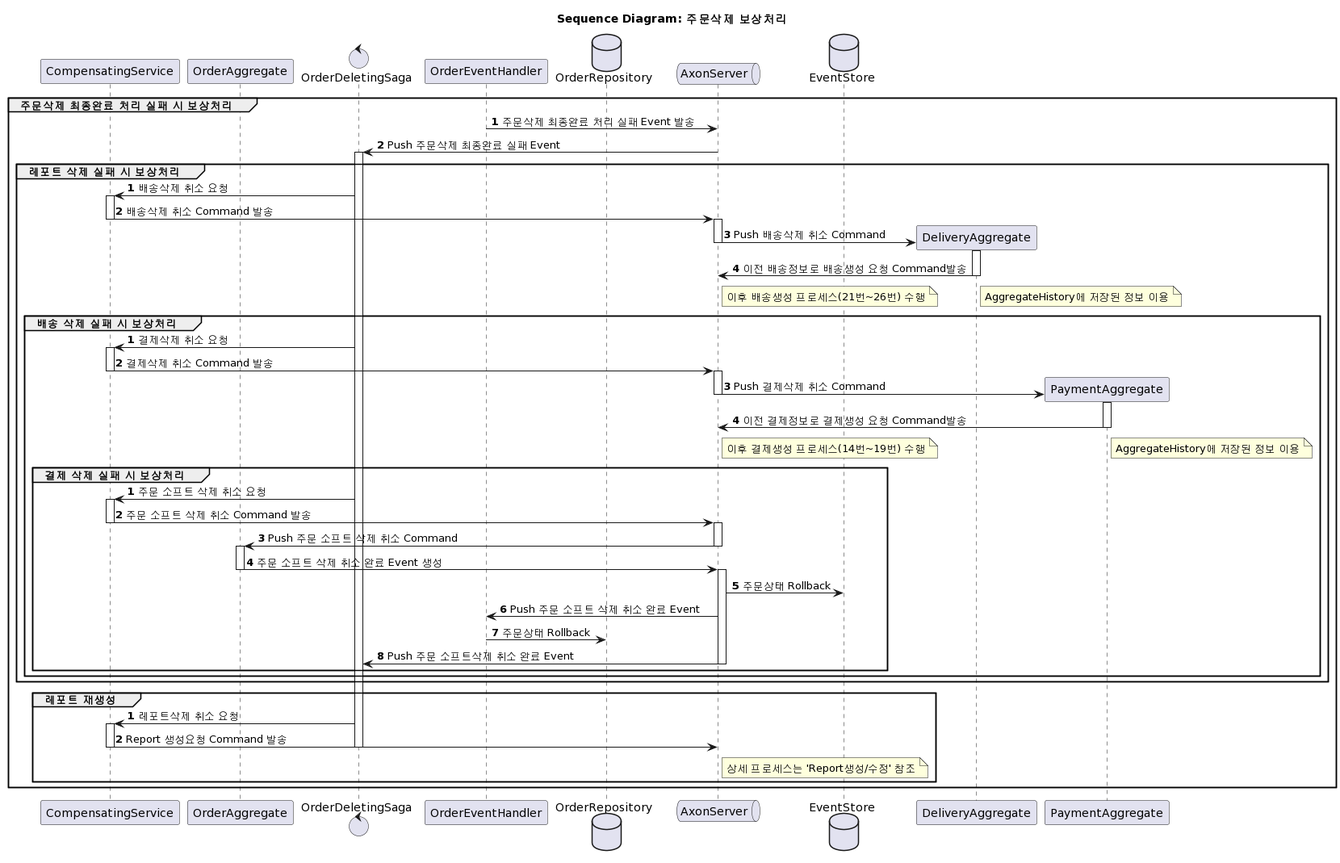
Above: doc/uml/sequence/seq_delete_fail.png in happykubepia/agilemall-axon (PlantUML), before the change.
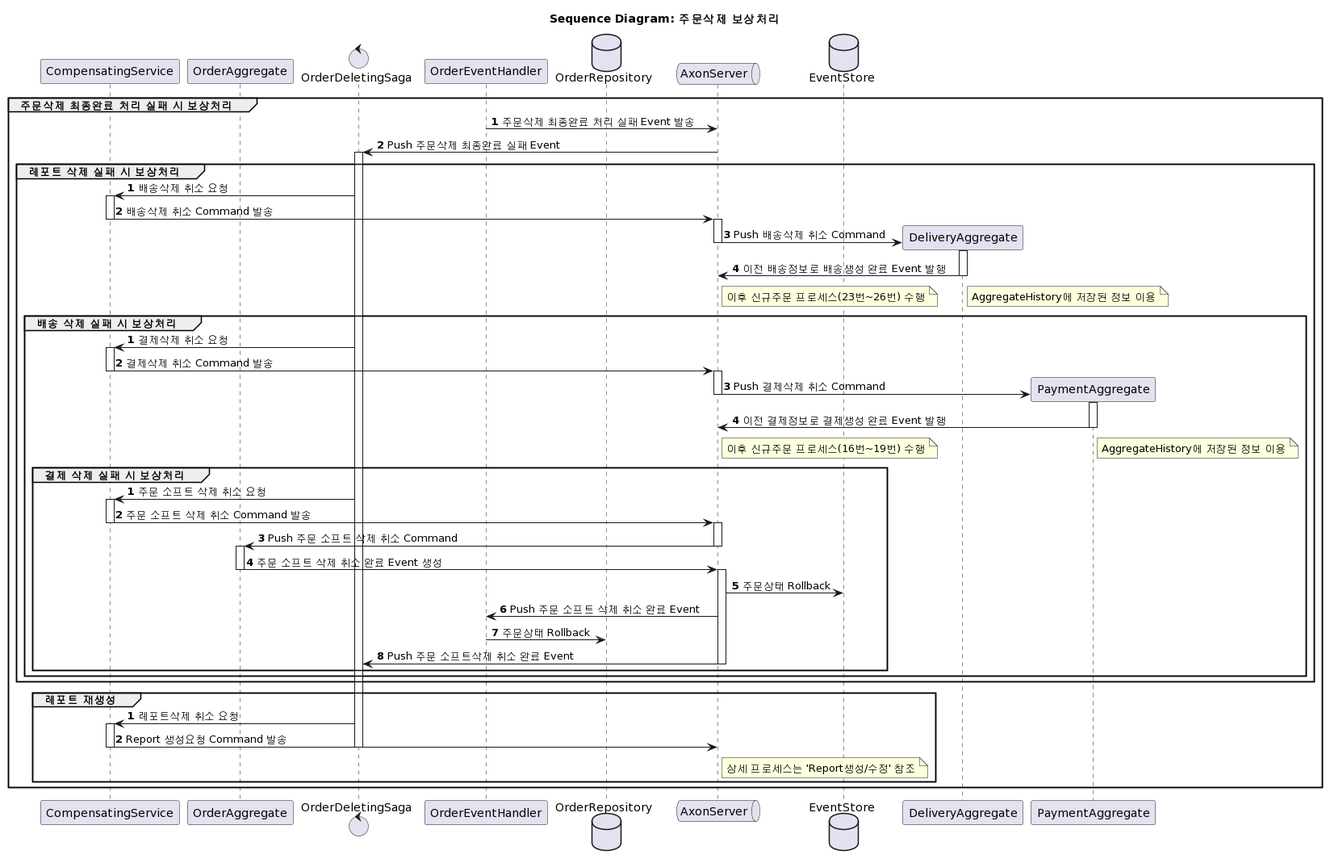
Later version of the same file.

Change to the diagram source:
```diff
@@ -25,9 +25,9 @@
 
 create participant DeliveryAggregate
 AxonServer -> DeliveryAggregate --++: Push 배송삭제 취소 Command
-DeliveryAggregate -> AxonServer --: 이전 배송정보로 배송생성 요청 Command발송
+DeliveryAggregate -> AxonServer --: 이전 배송정보로 배송생성 완료 Event 발행
 note right of DeliveryAggregate: AggregateHistory에 저장된 정보 이용
-/ note right of AxonServer: 이후 배송생성 프로세스(21번~26번) 수행
+/ note right of AxonServer: 이후 신규주문 프로세스(23번~26번) 수행
 AxonServer --
 autonumber stop
 autonumber
@@ -36,9 +36,9 @@
 CompensatingService -> AxonServer --++: 결제삭제 취소 Command 발송
 create participant PaymentAggregate
 AxonServer -> PaymentAggregate --++: Push 결제삭제 취소 Command
-PaymentAggregate -> AxonServer --: 이전 결제정보로 결제생성 요청 Command발송
+PaymentAggregate -> AxonServer --: 이전 결제정보로 결제생성 완료 Event 발행
 note right of PaymentAggregate: AggregateHistory에 저장된 정보 이용
-/ note right of AxonServer: 이후 결제생성 프로세스(14번~19번) 수행
+/ note right of AxonServer: 이후 신규주문 프로세스(16번~19번) 수행
 AxonServer --
 
 autonumber stop
```
